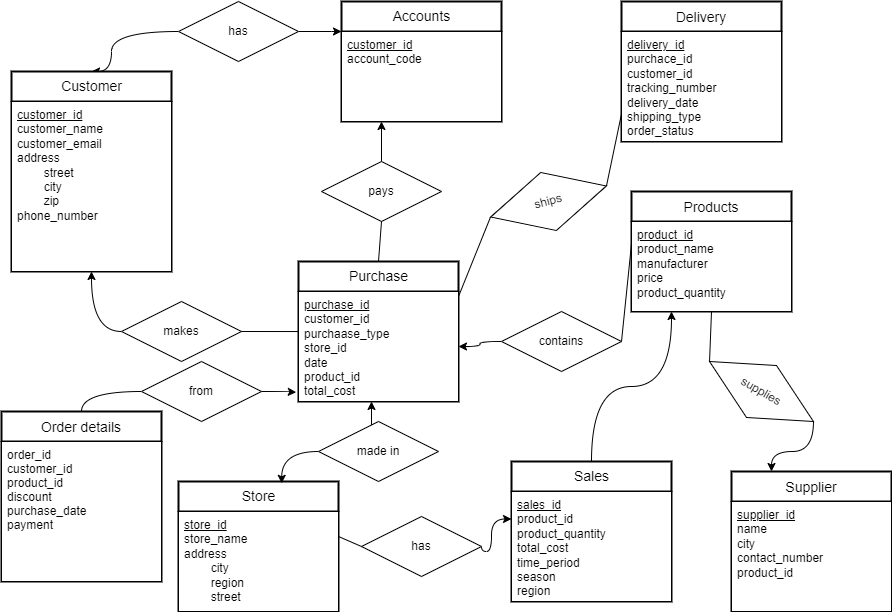
Above: project/ER.png in gharuks/2021-fall-db (draw.io), before the change. Source tidied: cells renumbered, new cells last; positions are measured from the earlier drawing's top-left corner, leaving out a move shared by most shapes. Its diagram source:
```xml
<mxGraphModel background="#FFFFFF">
  <root>
    <mxCell id="0" />
    <mxCell id="1" parent="0" />
    <mxCell id="2" value="Products" style="swimlane;horizontal=1;startSize=30;fontSize=14;fontStyle=0;strokeWidth=2;shadow=0;dashed=0;align=center;rounded=0;" parent="1" vertex="1">
      <mxGeometry x="630" y="190" width="160" height="120" as="geometry" />
    </mxCell>
    <mxCell id="3" value="&lt;u&gt;product_id&lt;br&gt;&lt;/u&gt;product_name&lt;br&gt;manufacturer&lt;br&gt;price&lt;br&gt;product_quantity" style="align=left;spacingLeft=4;fontSize=12;verticalAlign=top;html=1;rounded=0;" parent="2" vertex="1">
      <mxGeometry y="30" width="160" height="90" as="geometry" />
    </mxCell>
    <mxCell id="4" value="Delivery" style="swimlane;horizontal=1;startSize=30;fontSize=14;fontStyle=0;strokeWidth=2;shadow=0;dashed=0;align=center;rounded=0;" parent="1" vertex="1">
      <mxGeometry x="620" width="160" height="140" as="geometry" />
    </mxCell>
    <mxCell id="5" value="&lt;u&gt;delivery_id&lt;/u&gt;&lt;br&gt;purchace_id&lt;br&gt;customer_id&lt;br&gt;tracking_number&lt;br&gt;delivery_date&lt;br&gt;shipping_type&lt;br&gt;order_status" style="align=left;spacingLeft=4;fontSize=12;verticalAlign=top;html=1;rounded=0;" parent="4" vertex="1">
      <mxGeometry y="30" width="160" height="110" as="geometry" />
    </mxCell>
    <mxCell id="6" value="Supplier" style="swimlane;horizontal=1;startSize=30;fontSize=14;fontStyle=0;strokeWidth=2;shadow=0;dashed=0;align=center;rounded=0;" parent="1" vertex="1">
      <mxGeometry x="730" y="470" width="160" height="140" as="geometry" />
    </mxCell>
    <mxCell id="7" value="&lt;u&gt;supplier_id&lt;/u&gt;&lt;br&gt;name&lt;br&gt;city&lt;br&gt;contact_number&lt;br&gt;product_id" style="align=left;spacingLeft=4;fontSize=12;verticalAlign=top;html=1;rounded=0;" parent="6" vertex="1">
      <mxGeometry y="30" width="160" height="110" as="geometry" />
    </mxCell>
    <mxCell id="8" style="edgeStyle=orthogonalEdgeStyle;jettySize=auto;html=1;entryX=0.25;entryY=1;entryDx=0;entryDy=0;curved=1;rounded=0;" parent="1" edge="1" source="9" target="2">
      <mxGeometry relative="1" as="geometry" />
    </mxCell>
    <mxCell id="9" value="Sales" style="swimlane;horizontal=1;startSize=30;fontSize=14;fontStyle=0;strokeWidth=2;shadow=0;dashed=0;align=center;html=1;rounded=0;" parent="1" vertex="1">
      <mxGeometry x="510" y="460" width="160" height="140" as="geometry" />
    </mxCell>
    <mxCell id="10" value="&lt;u&gt;sales_id&lt;/u&gt;&lt;br&gt;product_id&lt;br&gt;product_quantity&lt;br&gt;total_cost&lt;br&gt;time_period&lt;br&gt;season&lt;br&gt;region" style="align=left;spacingLeft=4;fontSize=12;verticalAlign=top;html=1;rounded=0;" parent="9" vertex="1">
      <mxGeometry y="30" width="160" height="110" as="geometry" />
    </mxCell>
    <mxCell id="11" value="Accounts" style="swimlane;horizontal=1;startSize=30;fontSize=14;fontStyle=0;strokeWidth=2;shadow=0;dashed=0;align=center;html=1;arcSize=14;rounded=0;" parent="1" vertex="1">
      <mxGeometry x="340" width="160" height="120" as="geometry" />
    </mxCell>
    <mxCell id="12" value="&lt;u&gt;customer_id&lt;/u&gt;&lt;br&gt;account_code" style="align=left;spacingLeft=4;fontSize=12;verticalAlign=top;html=1;rounded=0;" parent="11" vertex="1">
      <mxGeometry y="30" width="160" height="90" as="geometry" />
    </mxCell>
    <mxCell id="13" style="edgeStyle=orthogonalEdgeStyle;jettySize=auto;html=1;entryX=0.5;entryY=1;entryDx=0;entryDy=0;exitX=0;exitY=0.5;exitDx=0;exitDy=0;curved=1;rounded=0;" parent="1" edge="1" source="14" target="32">
      <mxGeometry relative="1" as="geometry" />
    </mxCell>
    <mxCell id="14" value="makes" style="shape=rhombus;perimeter=rhombusPerimeter;whiteSpace=wrap;html=1;align=center;rounded=0;" parent="1" vertex="1">
      <mxGeometry x="120" y="300" width="120" height="60" as="geometry" />
    </mxCell>
    <mxCell id="15" style="endArrow=none;html=1;exitX=1;exitY=0.5;exitDx=0;exitDy=0;entryX=0.019;entryY=0.364;entryDx=0;entryDy=0;entryPerimeter=0;curved=1;rounded=0;" parent="1" edge="1" source="14" target="34">
      <mxGeometry relative="1" as="geometry" />
    </mxCell>
    <mxCell id="16" style="edgeStyle=orthogonalEdgeStyle;jettySize=auto;html=1;entryX=0.5;entryY=0;entryDx=0;entryDy=0;exitX=0;exitY=0.5;exitDx=0;exitDy=0;curved=1;rounded=0;" parent="1" edge="1" source="18" target="31">
      <mxGeometry relative="1" as="geometry">
        <Array as="points">
          <mxPoint x="110" y="30" />
          <mxPoint x="110" y="70" />
        </Array>
      </mxGeometry>
    </mxCell>
    <mxCell id="17" style="edgeStyle=orthogonalEdgeStyle;jettySize=auto;html=1;entryX=0;entryY=0;entryDx=0;entryDy=0;exitX=1;exitY=0.5;exitDx=0;exitDy=0;curved=1;rounded=0;" parent="1" edge="1" source="18" target="12">
      <mxGeometry relative="1" as="geometry">
        <Array as="points">
          <mxPoint x="330" y="30" />
        </Array>
      </mxGeometry>
    </mxCell>
    <mxCell id="18" value="has" style="shape=rhombus;perimeter=rhombusPerimeter;whiteSpace=wrap;html=1;align=center;rounded=0;" parent="1" vertex="1">
      <mxGeometry x="177" width="120" height="60" as="geometry" />
    </mxCell>
    <mxCell id="19" value="ships" style="shape=rhombus;perimeter=rhombusPerimeter;whiteSpace=wrap;html=1;align=center;rotation=-15;rounded=0;" parent="1" vertex="1">
      <mxGeometry x="487" y="170" width="120" height="60" as="geometry" />
    </mxCell>
    <mxCell id="20" style="endArrow=none;html=1;exitX=1;exitY=0.5;exitDx=0;exitDy=0;entryX=0;entryY=0.75;entryDx=0;entryDy=0;curved=1;rounded=0;" parent="1" edge="1" source="19" target="5">
      <mxGeometry relative="1" as="geometry" />
    </mxCell>
    <mxCell id="21" style="endArrow=none;html=1;exitX=0;exitY=0.5;exitDx=0;exitDy=0;entryX=1;entryY=0.25;entryDx=0;entryDy=0;curved=1;rounded=0;" parent="1" edge="1" source="19" target="33">
      <mxGeometry relative="1" as="geometry" />
    </mxCell>
    <mxCell id="22" style="edgeStyle=orthogonalEdgeStyle;jettySize=auto;html=1;entryX=0;entryY=0.25;entryDx=0;entryDy=0;exitX=1;exitY=0.5;exitDx=0;exitDy=0;curved=1;rounded=0;" parent="1" edge="1" source="23" target="10">
      <mxGeometry relative="1" as="geometry">
        <Array as="points">
          <mxPoint x="480" y="550" />
          <mxPoint x="490" y="550" />
          <mxPoint x="490" y="518" />
        </Array>
      </mxGeometry>
    </mxCell>
    <mxCell id="23" value="has" style="shape=rhombus;perimeter=rhombusPerimeter;whiteSpace=wrap;html=1;align=center;rotation=0;rounded=0;" parent="1" vertex="1">
      <mxGeometry x="360" y="515" width="120" height="60" as="geometry" />
    </mxCell>
    <mxCell id="24" style="endArrow=none;html=1;entryX=1;entryY=0.25;entryDx=0;entryDy=0;exitX=0;exitY=0.5;exitDx=0;exitDy=0;curved=1;rounded=0;" parent="1" edge="1" source="23" target="42">
      <mxGeometry relative="1" as="geometry" />
    </mxCell>
    <mxCell id="25" style="edgeStyle=orthogonalEdgeStyle;jettySize=auto;html=1;exitX=1;exitY=0.5;exitDx=0;exitDy=0;entryX=0.25;entryY=0;entryDx=0;entryDy=0;curved=1;rounded=0;" parent="1" edge="1" source="26" target="6">
      <mxGeometry relative="1" as="geometry">
        <Array as="points">
          <mxPoint x="812" y="450" />
          <mxPoint x="770" y="450" />
        </Array>
      </mxGeometry>
    </mxCell>
    <mxCell id="26" value="supplies" style="shape=rhombus;perimeter=rhombusPerimeter;whiteSpace=wrap;html=1;align=center;rotation=30;rounded=0;" parent="1" vertex="1">
      <mxGeometry x="700" y="360" width="120" height="60" as="geometry" />
    </mxCell>
    <mxCell id="27" style="endArrow=none;html=1;entryX=0;entryY=0.5;entryDx=0;entryDy=0;exitX=0.5;exitY=1;exitDx=0;exitDy=0;curved=1;rounded=0;" parent="1" edge="1" source="3" target="26">
      <mxGeometry relative="1" as="geometry" />
    </mxCell>
    <mxCell id="28" style="edgeStyle=orthogonalEdgeStyle;jettySize=auto;html=1;entryX=0.25;entryY=1;entryDx=0;entryDy=0;curved=1;rounded=0;" parent="1" edge="1" source="29" target="12">
      <mxGeometry relative="1" as="geometry" />
    </mxCell>
    <mxCell id="29" value="pays" style="shape=rhombus;perimeter=rhombusPerimeter;whiteSpace=wrap;html=1;align=center;rounded=0;" parent="1" vertex="1">
      <mxGeometry x="320" y="160" width="120" height="60" as="geometry" />
    </mxCell>
    <mxCell id="30" style="endArrow=none;html=1;exitX=0.5;exitY=1;exitDx=0;exitDy=0;entryX=0.5;entryY=0;entryDx=0;entryDy=0;curved=1;rounded=0;" parent="1" edge="1" source="29" target="33">
      <mxGeometry relative="1" as="geometry" />
    </mxCell>
    <mxCell id="31" value="Customer" style="swimlane;horizontal=1;startSize=30;fontSize=14;fontStyle=0;strokeWidth=2;shadow=0;dashed=0;align=center;html=1;rounded=0;" parent="1" vertex="1">
      <mxGeometry x="10" y="70" width="160" height="200" as="geometry" />
    </mxCell>
    <mxCell id="32" value="&lt;u&gt;customer_id&lt;/u&gt;&lt;br&gt;customer_name&lt;br&gt;customer_email&lt;br&gt;address&lt;br&gt;&lt;span&gt;&#9;&lt;/span&gt;&lt;span style=&quot;white-space: pre&quot;&gt;&#9;&lt;/span&gt;street&lt;br&gt;&lt;span&gt;&#9;&lt;/span&gt;&lt;span style=&quot;white-space: pre&quot;&gt;&#9;&lt;/span&gt;city&lt;br&gt;&lt;span&gt;&#9;&lt;/span&gt;&lt;span style=&quot;white-space: pre&quot;&gt;&#9;&lt;/span&gt;zip&lt;br&gt;phone_number" style="align=left;spacingLeft=4;fontSize=12;verticalAlign=top;html=1;rounded=0;" parent="31" vertex="1">
      <mxGeometry y="30" width="160" height="170" as="geometry" />
    </mxCell>
    <mxCell id="33" value="Purchase" style="swimlane;horizontal=1;startSize=30;fontSize=14;fontStyle=0;strokeWidth=2;shadow=0;dashed=0;align=center;html=1;rounded=0;" parent="1" vertex="1">
      <mxGeometry x="297" y="260" width="160" height="140" as="geometry" />
    </mxCell>
    <mxCell id="34" value="&lt;u&gt;purchase_id&lt;br&gt;&lt;/u&gt;customer_id&lt;br&gt;purchaase_type&lt;br&gt;store_id&lt;br&gt;date&lt;br&gt;product_id&lt;br&gt;total_cost" style="align=left;spacingLeft=4;fontSize=12;verticalAlign=top;html=1;rounded=0;" parent="33" vertex="1">
      <mxGeometry y="30" width="160" height="110" as="geometry" />
    </mxCell>
    <mxCell id="35" style="edgeStyle=orthogonalEdgeStyle;jettySize=auto;html=1;entryX=1;entryY=0.5;entryDx=0;entryDy=0;curved=1;rounded=0;" parent="1" edge="1" source="36" target="34">
      <mxGeometry relative="1" as="geometry" />
    </mxCell>
    <mxCell id="36" value="contains" style="shape=rhombus;perimeter=rhombusPerimeter;whiteSpace=wrap;html=1;align=center;rounded=0;" parent="1" vertex="1">
      <mxGeometry x="500" y="310" width="120" height="60" as="geometry" />
    </mxCell>
    <mxCell id="37" style="endArrow=none;html=1;entryX=1;entryY=0.5;entryDx=0;entryDy=0;exitX=0;exitY=0.25;exitDx=0;exitDy=0;curved=1;rounded=0;" parent="1" edge="1" source="3" target="36">
      <mxGeometry relative="1" as="geometry" />
    </mxCell>
    <mxCell id="38" style="edgeStyle=orthogonalEdgeStyle;jettySize=auto;html=1;entryX=-0.014;entryY=0.916;entryDx=0;entryDy=0;entryPerimeter=0;startArrow=none;curved=1;rounded=0;" parent="1" edge="1" source="46" target="34">
      <mxGeometry relative="1" as="geometry" />
    </mxCell>
    <mxCell id="39" value="Order details" style="swimlane;horizontal=1;startSize=30;fontSize=14;fontStyle=0;strokeWidth=2;shadow=0;dashed=0;align=center;fillColor=#FFFFFF;rounded=0;" parent="1" vertex="1">
      <mxGeometry y="410" width="160" height="170" as="geometry" />
    </mxCell>
    <mxCell id="40" value="order_id&#10;customer_id&#10;product_id&#10;discount&#10;purchase_date&#10;payment&#10;" style="align=left;spacingLeft=4;fontSize=12;verticalAlign=top;rounded=0;" parent="39" vertex="1">
      <mxGeometry y="30" width="160" height="140" as="geometry" />
    </mxCell>
    <mxCell id="41" value="Store" style="swimlane;horizontal=1;startSize=30;fontSize=14;fontStyle=0;strokeWidth=2;shadow=0;dashed=0;align=center;html=1;rounded=0;" parent="1" vertex="1">
      <mxGeometry x="177" y="480" width="160" height="130" as="geometry" />
    </mxCell>
    <mxCell id="42" value="&lt;u&gt;store_id&lt;/u&gt;&lt;br&gt;store_name&lt;br&gt;address&lt;br&gt;&lt;span style=&quot;white-space: pre&quot;&gt;&#9;&lt;/span&gt;city&lt;br&gt;&lt;span style=&quot;white-space: pre&quot;&gt;&#9;&lt;/span&gt;region&lt;br&gt;&lt;span style=&quot;white-space: pre&quot;&gt;&#9;&lt;/span&gt;street&lt;span style=&quot;white-space: pre&quot;&gt;&#9;&lt;/span&gt;" style="align=left;spacingLeft=4;fontSize=12;verticalAlign=top;html=1;rounded=0;" parent="41" vertex="1">
      <mxGeometry y="30" width="160" height="100" as="geometry" />
    </mxCell>
    <mxCell id="43" style="edgeStyle=orthogonalEdgeStyle;jettySize=auto;html=1;entryX=0.645;entryY=0.014;entryDx=0;entryDy=0;entryPerimeter=0;curved=1;rounded=0;" parent="1" edge="1" source="45" target="41">
      <mxGeometry relative="1" as="geometry">
        <Array as="points">
          <mxPoint x="280" y="450" />
        </Array>
      </mxGeometry>
    </mxCell>
    <mxCell id="44" style="edgeStyle=orthogonalEdgeStyle;jettySize=auto;html=1;curved=1;rounded=0;" parent="1" edge="1" source="45">
      <mxGeometry relative="1" as="geometry">
        <mxPoint x="370" y="400" as="targetPoint" />
        <Array as="points">
          <mxPoint x="370" y="400" />
        </Array>
      </mxGeometry>
    </mxCell>
    <mxCell id="45" value="made in" style="shape=rhombus;perimeter=rhombusPerimeter;whiteSpace=wrap;html=1;align=center;fillColor=#FFFFFF;rounded=0;" parent="1" vertex="1">
      <mxGeometry x="317" y="420" width="120" height="60" as="geometry" />
    </mxCell>
    <mxCell id="46" value="from" style="shape=rhombus;perimeter=rhombusPerimeter;whiteSpace=wrap;html=1;align=center;fillColor=#FFFFFF;rounded=0;" parent="1" vertex="1">
      <mxGeometry x="140" y="360" width="120" height="60" as="geometry" />
    </mxCell>
    <mxCell id="47" style="edgeStyle=orthogonalEdgeStyle;jettySize=auto;html=1;entryX=0;entryY=0.5;entryDx=0;entryDy=0;endArrow=none;curved=1;rounded=0;" parent="1" edge="1" source="39" target="46">
      <mxGeometry relative="1" as="geometry" />
    </mxCell>
  </root>
</mxGraphModel>
```
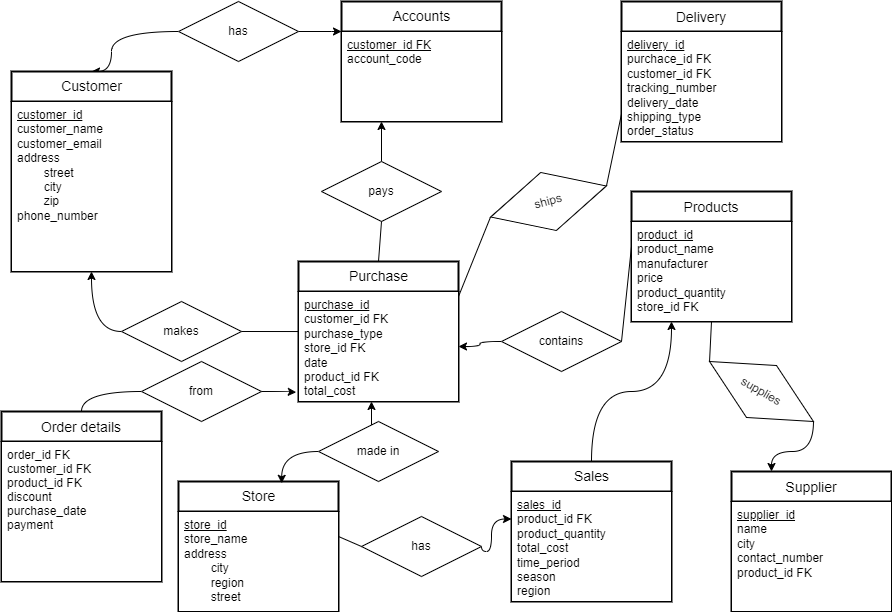
The same diagram one commit later.

The edit, as a diff of the source:
```diff
@@ -3,21 +3,21 @@
     <mxCell id="0" />
     <mxCell id="1" parent="0" />
     <mxCell id="2" value="Products" style="swimlane;horizontal=1;startSize=30;fontSize=14;fontStyle=0;strokeWidth=2;shadow=0;dashed=0;align=center;rounded=0;" parent="1" vertex="1">
-      <mxGeometry x="630" y="190" width="160" height="120" as="geometry" />
+      <mxGeometry x="630" y="190" width="160" height="130" as="geometry" />
     </mxCell>
-    <mxCell id="3" value="&lt;u&gt;product_id&lt;br&gt;&lt;/u&gt;product_name&lt;br&gt;manufacturer&lt;br&gt;price&lt;br&gt;product_quantity" style="align=left;spacingLeft=4;fontSize=12;verticalAlign=top;html=1;rounded=0;" parent="2" vertex="1">
-      <mxGeometry y="30" width="160" height="90" as="geometry" />
+    <mxCell id="3" value="&lt;u&gt;product_id&lt;br&gt;&lt;/u&gt;product_name&lt;br&gt;manufacturer&lt;br&gt;price&lt;br&gt;product_quantity&lt;br&gt;store_id FK" style="align=left;spacingLeft=4;fontSize=12;verticalAlign=top;html=1;rounded=0;" parent="2" vertex="1">
+      <mxGeometry y="30" width="160" height="100" as="geometry" />
     </mxCell>
     <mxCell id="4" value="Delivery" style="swimlane;horizontal=1;startSize=30;fontSize=14;fontStyle=0;strokeWidth=2;shadow=0;dashed=0;align=center;rounded=0;" parent="1" vertex="1">
       <mxGeometry x="620" width="160" height="140" as="geometry" />
     </mxCell>
-    <mxCell id="5" value="&lt;u&gt;delivery_id&lt;/u&gt;&lt;br&gt;purchace_id&lt;br&gt;customer_id&lt;br&gt;tracking_number&lt;br&gt;delivery_date&lt;br&gt;shipping_type&lt;br&gt;order_status" style="align=left;spacingLeft=4;fontSize=12;verticalAlign=top;html=1;rounded=0;" parent="4" vertex="1">
+    <mxCell id="5" value="&lt;u&gt;delivery_id&lt;/u&gt;&lt;br&gt;purchace_id FK&lt;br&gt;customer_id FK&lt;br&gt;tracking_number&lt;br&gt;delivery_date&lt;br&gt;shipping_type&lt;br&gt;order_status" style="align=left;spacingLeft=4;fontSize=12;verticalAlign=top;html=1;rounded=0;" parent="4" vertex="1">
       <mxGeometry y="30" width="160" height="110" as="geometry" />
     </mxCell>
     <mxCell id="6" value="Supplier" style="swimlane;horizontal=1;startSize=30;fontSize=14;fontStyle=0;strokeWidth=2;shadow=0;dashed=0;align=center;rounded=0;" parent="1" vertex="1">
       <mxGeometry x="730" y="470" width="160" height="140" as="geometry" />
     </mxCell>
-    <mxCell id="7" value="&lt;u&gt;supplier_id&lt;/u&gt;&lt;br&gt;name&lt;br&gt;city&lt;br&gt;contact_number&lt;br&gt;product_id" style="align=left;spacingLeft=4;fontSize=12;verticalAlign=top;html=1;rounded=0;" parent="6" vertex="1">
+    <mxCell id="7" value="&lt;u&gt;supplier_id&lt;/u&gt;&lt;br&gt;name&lt;br&gt;city&lt;br&gt;contact_number&lt;br&gt;product_id FK" style="align=left;spacingLeft=4;fontSize=12;verticalAlign=top;html=1;rounded=0;" parent="6" vertex="1">
       <mxGeometry y="30" width="160" height="110" as="geometry" />
     </mxCell>
     <mxCell id="8" style="edgeStyle=orthogonalEdgeStyle;jettySize=auto;html=1;entryX=0.25;entryY=1;entryDx=0;entryDy=0;curved=1;rounded=0;" parent="1" edge="1" source="9" target="2">
@@ -26,13 +26,13 @@
     <mxCell id="9" value="Sales" style="swimlane;horizontal=1;startSize=30;fontSize=14;fontStyle=0;strokeWidth=2;shadow=0;dashed=0;align=center;html=1;rounded=0;" parent="1" vertex="1">
       <mxGeometry x="510" y="460" width="160" height="140" as="geometry" />
     </mxCell>
-    <mxCell id="10" value="&lt;u&gt;sales_id&lt;/u&gt;&lt;br&gt;product_id&lt;br&gt;product_quantity&lt;br&gt;total_cost&lt;br&gt;time_period&lt;br&gt;season&lt;br&gt;region" style="align=left;spacingLeft=4;fontSize=12;verticalAlign=top;html=1;rounded=0;" parent="9" vertex="1">
+    <mxCell id="10" value="&lt;u&gt;sales_id&lt;/u&gt;&lt;br&gt;product_id FK&lt;br&gt;product_quantity&lt;br&gt;total_cost&lt;br&gt;time_period&lt;br&gt;season&lt;br&gt;region" style="align=left;spacingLeft=4;fontSize=12;verticalAlign=top;html=1;rounded=0;" parent="9" vertex="1">
       <mxGeometry y="30" width="160" height="110" as="geometry" />
     </mxCell>
     <mxCell id="11" value="Accounts" style="swimlane;horizontal=1;startSize=30;fontSize=14;fontStyle=0;strokeWidth=2;shadow=0;dashed=0;align=center;html=1;arcSize=14;rounded=0;" parent="1" vertex="1">
       <mxGeometry x="340" width="160" height="120" as="geometry" />
     </mxCell>
-    <mxCell id="12" value="&lt;u&gt;customer_id&lt;/u&gt;&lt;br&gt;account_code" style="align=left;spacingLeft=4;fontSize=12;verticalAlign=top;html=1;rounded=0;" parent="11" vertex="1">
+    <mxCell id="12" value="&lt;u&gt;customer_id FK&lt;/u&gt;&lt;br&gt;account_code" style="align=left;spacingLeft=4;fontSize=12;verticalAlign=top;html=1;rounded=0;" parent="11" vertex="1">
       <mxGeometry y="30" width="160" height="90" as="geometry" />
     </mxCell>
     <mxCell id="13" style="edgeStyle=orthogonalEdgeStyle;jettySize=auto;html=1;entryX=0.5;entryY=1;entryDx=0;entryDy=0;exitX=0;exitY=0.5;exitDx=0;exitDy=0;curved=1;rounded=0;" parent="1" edge="1" source="14" target="32">
@@ -118,7 +118,7 @@
     <mxCell id="33" value="Purchase" style="swimlane;horizontal=1;startSize=30;fontSize=14;fontStyle=0;strokeWidth=2;shadow=0;dashed=0;align=center;html=1;rounded=0;" parent="1" vertex="1">
       <mxGeometry x="297" y="260" width="160" height="140" as="geometry" />
     </mxCell>
-    <mxCell id="34" value="&lt;u&gt;purchase_id&lt;br&gt;&lt;/u&gt;customer_id&lt;br&gt;purchaase_type&lt;br&gt;store_id&lt;br&gt;date&lt;br&gt;product_id&lt;br&gt;total_cost" style="align=left;spacingLeft=4;fontSize=12;verticalAlign=top;html=1;rounded=0;" parent="33" vertex="1">
+    <mxCell id="34" value="&lt;u&gt;purchase_id&lt;br&gt;&lt;/u&gt;customer_id FK&lt;br&gt;purchase_type&lt;br&gt;store_id FK&lt;br&gt;date&lt;br&gt;product_id FK&lt;br&gt;total_cost" style="align=left;spacingLeft=4;fontSize=12;verticalAlign=top;html=1;rounded=0;" parent="33" vertex="1">
       <mxGeometry y="30" width="160" height="110" as="geometry" />
     </mxCell>
     <mxCell id="35" style="edgeStyle=orthogonalEdgeStyle;jettySize=auto;html=1;entryX=1;entryY=0.5;entryDx=0;entryDy=0;curved=1;rounded=0;" parent="1" edge="1" source="36" target="34">
@@ -136,7 +136,7 @@
     <mxCell id="39" value="Order details" style="swimlane;horizontal=1;startSize=30;fontSize=14;fontStyle=0;strokeWidth=2;shadow=0;dashed=0;align=center;fillColor=#FFFFFF;rounded=0;" parent="1" vertex="1">
       <mxGeometry y="410" width="160" height="170" as="geometry" />
     </mxCell>
-    <mxCell id="40" value="order_id&#10;customer_id&#10;product_id&#10;discount&#10;purchase_date&#10;payment&#10;" style="align=left;spacingLeft=4;fontSize=12;verticalAlign=top;rounded=0;" parent="39" vertex="1">
+    <mxCell id="40" value="order_id FK&#10;customer_id FK&#10;product_id FK&#10;discount&#10;purchase_date&#10;payment&#10;" style="align=left;spacingLeft=4;fontSize=12;verticalAlign=top;rounded=0;" parent="39" vertex="1">
       <mxGeometry y="30" width="160" height="140" as="geometry" />
     </mxCell>
     <mxCell id="41" value="Store" style="swimlane;horizontal=1;startSize=30;fontSize=14;fontStyle=0;strokeWidth=2;shadow=0;dashed=0;align=center;html=1;rounded=0;" parent="1" vertex="1">
```
